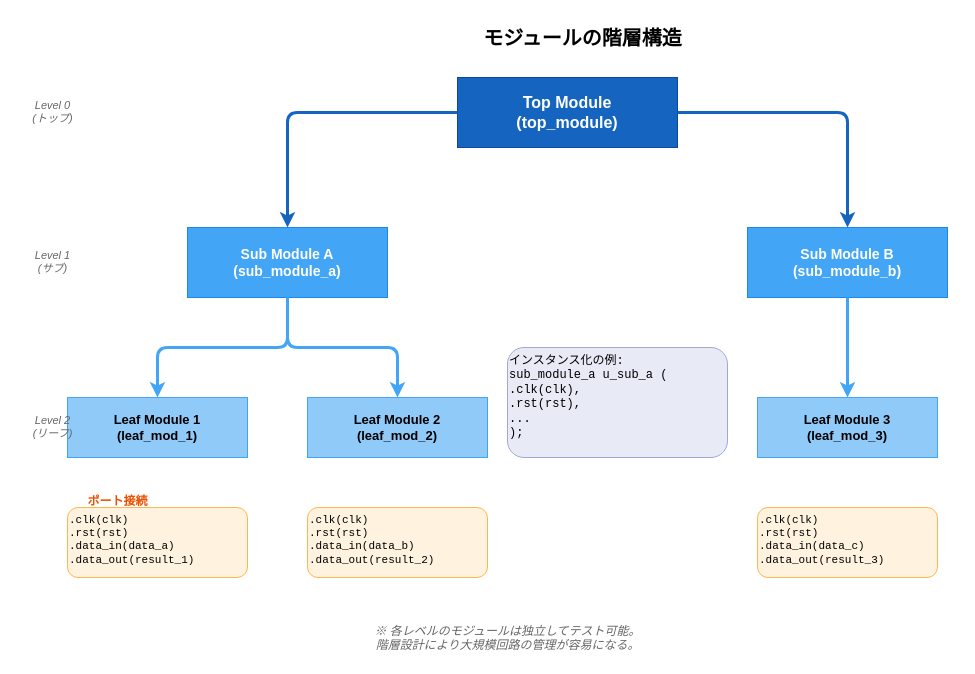
The draw.io diagram images/systemverilog-guidebook/ch06_module_hierarchy.drawio in aquaxis/webdoc, before the edit. Source tidied: cells renumbered, new cells numbered last; positions are measured from the earlier drawing's top-left corner, leaving out a move shared by most shapes. Both pictures are drawn from the tidied source at 100%, with x=0, y=0 at pixel (17, 17).
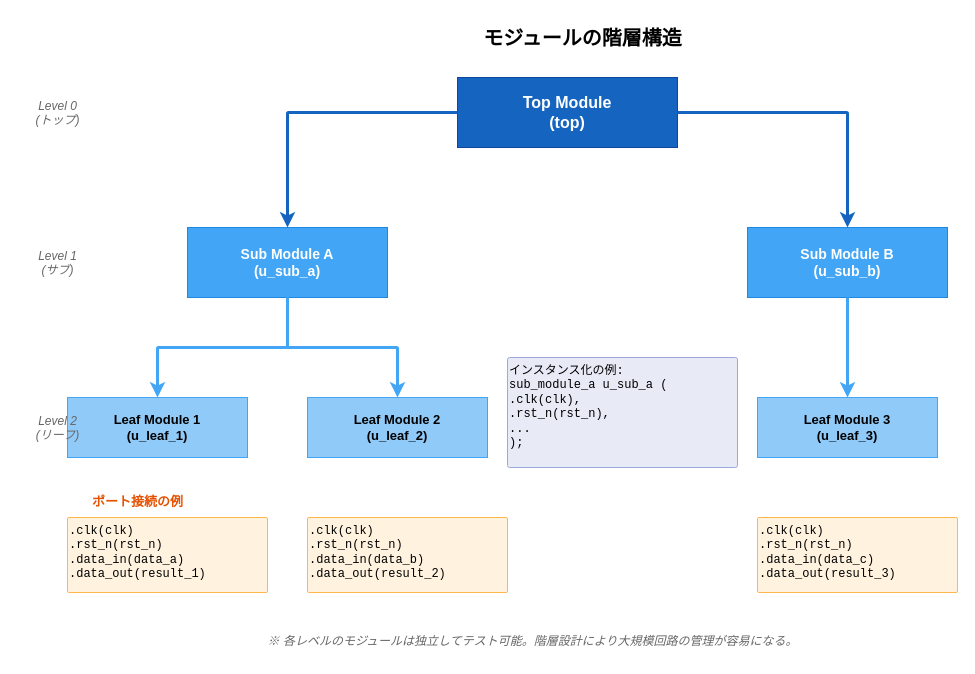
After the change.

What changed in the source:
```diff
@@
-    <mxCell id="3" value="Top Module&#10;(top_module)" style="rounded=0;whiteSpace=wrap;html=1;fillColor=#1565C0;strokeColor=#0D47A1;fontSize=16;fontStyle=1;fontColor=#FFFFFF;" parent="1" vertex="1">
+    <mxCell id="3" value="Top Module&#10;(top)" style="rounded=0;whiteSpace=wrap;html=1;fillColor=#1565C0;strokeColor=#0D47A1;fontSize=16;fontStyle=1;fontColor=#FFFFFF;" parent="1" vertex="1">
       <mxGeometry x="440" y="60" width="220" height="70" as="geometry" />
     </mxCell>
-    <mxCell id="4" value="Sub Module A&#10;(sub_module_a)" style="rounded=0;whiteSpace=wrap;html=1;fillColor=#42A5F5;strokeColor=#1E88E5;fontSize=14;fontStyle=1;fontColor=#FFFFFF;" parent="1" vertex="1">
+    <mxCell id="4" value="Sub Module A&#10;(u_sub_a)" style="rounded=0;whiteSpace=wrap;html=1;fillColor=#42A5F5;strokeColor=#1E88E5;fontSize=14;fontStyle=1;fontColor=#FFFFFF;" parent="1" vertex="1">
       <mxGeometry x="170" y="210" width="200" height="70" as="geometry" />
     </mxCell>
-    <mxCell id="5" value="Sub Module B&#10;(sub_module_b)" style="rounded=0;whiteSpace=wrap;html=1;fillColor=#42A5F5;strokeColor=#1E88E5;fontSize=14;fontStyle=1;fontColor=#FFFFFF;" parent="1" vertex="1">
+    <mxCell id="5" value="Sub Module B&#10;(u_sub_b)" style="rounded=0;whiteSpace=wrap;html=1;fillColor=#42A5F5;strokeColor=#1E88E5;fontSize=14;fontStyle=1;fontColor=#FFFFFF;" parent="1" vertex="1">
       <mxGeometry x="730" y="210" width="200" height="70" as="geometry" />
     </mxCell>
-    <mxCell id="6" value="Leaf Module 1&#10;(leaf_mod_1)" style="rounded=0;whiteSpace=wrap;html=1;fillColor=#90CAF9;strokeColor=#42A5F5;fontSize=13;fontStyle=1;" parent="1" vertex="1">
+    <mxCell id="6" value="Leaf Module 1&#10;(u_leaf_1)" style="rounded=0;whiteSpace=wrap;html=1;fillColor=#90CAF9;strokeColor=#42A5F5;fontSize=13;fontStyle=1;" parent="1" vertex="1">
       <mxGeometry x="50" y="380" width="180" height="60" as="geometry" />
     </mxCell>
-    <mxCell id="7" value="Leaf Module 2&#10;(leaf_mod_2)" style="rounded=0;whiteSpace=wrap;html=1;fillColor=#90CAF9;strokeColor=#42A5F5;fontSize=13;fontStyle=1;" parent="1" vertex="1">
+    <mxCell id="7" value="Leaf Module 2&#10;(u_leaf_2)" style="rounded=0;whiteSpace=wrap;html=1;fillColor=#90CAF9;strokeColor=#42A5F5;fontSize=13;fontStyle=1;" parent="1" vertex="1">
       <mxGeometry x="290" y="380" width="180" height="60" as="geometry" />
     </mxCell>
-    <mxCell id="8" value="Leaf Module 3&#10;(leaf_mod_3)" style="rounded=0;whiteSpace=wrap;html=1;fillColor=#90CAF9;strokeColor=#42A5F5;fontSize=13;fontStyle=1;" parent="1" vertex="1">
+    <mxCell id="8" value="Leaf Module 3&#10;(u_leaf_3)" style="rounded=0;whiteSpace=wrap;html=1;fillColor=#90CAF9;strokeColor=#42A5F5;fontSize=13;fontStyle=1;" parent="1" vertex="1">
       <mxGeometry x="740" y="380" width="180" height="60" as="geometry" />
     </mxCell>
-    <mxCell id="9" style="edgeStyle=orthogonalEdgeStyle;rounded=1;strokeWidth=3;strokeColor=#1565C0;" parent="1" edge="1" source="3" target="4">
+    <mxCell id="9" style="edgeStyle=orthogonalEdgeStyle;rounded=1;arcSize=2;strokeWidth=3;strokeColor=#1565C0;" parent="1" edge="1" source="3" target="4">
       <mxGeometry relative="1" as="geometry" />
     </mxCell>
-    <mxCell id="10" style="edgeStyle=orthogonalEdgeStyle;rounded=1;strokeWidth=3;strokeColor=#1565C0;" parent="1" edge="1" source="3" target="5">
+    <mxCell id="10" style="edgeStyle=orthogonalEdgeStyle;rounded=1;arcSize=2;strokeWidth=3;strokeColor=#1565C0;" parent="1" edge="1" source="3" target="5">
       <mxGeometry relative="1" as="geometry" />
     </mxCell>
-    <mxCell id="11" style="edgeStyle=orthogonalEdgeStyle;rounded=1;strokeWidth=3;strokeColor=#42A5F5;" parent="1" edge="1" source="4" target="6">
+    <mxCell id="11" style="edgeStyle=orthogonalEdgeStyle;rounded=1;arcSize=2;strokeWidth=3;strokeColor=#42A5F5;" parent="1" edge="1" source="4" target="6">
       <mxGeometry relative="1" as="geometry" />
     </mxCell>
-    <mxCell id="12" style="edgeStyle=orthogonalEdgeStyle;rounded=1;strokeWidth=3;strokeColor=#42A5F5;" parent="1" edge="1" source="4" target="7">
+    <mxCell id="12" style="edgeStyle=orthogonalEdgeStyle;rounded=1;arcSize=2;strokeWidth=3;strokeColor=#42A5F5;" parent="1" edge="1" source="4" target="7">
       <mxGeometry relative="1" as="geometry" />
     </mxCell>
-    <mxCell id="13" style="edgeStyle=orthogonalEdgeStyle;rounded=1;strokeWidth=3;strokeColor=#42A5F5;" parent="1" edge="1" source="5" target="8">
+    <mxCell id="13" style="edgeStyle=orthogonalEdgeStyle;rounded=1;arcSize=2;strokeWidth=3;strokeColor=#42A5F5;" parent="1" edge="1" source="5" target="8">
       <mxGeometry relative="1" as="geometry" />
     </mxCell>
-    <mxCell id="14" value="ポート接続" style="text;html=1;fontSize=12;fontStyle=1;fontColor=#E65100;align=center;" parent="1" vertex="1">
-      <mxGeometry x="50" y="470" width="100" height="20" as="geometry" />
+    <mxCell id="14" value="ポート接続の例" style="text;html=1;fontSize=13;fontStyle=1;fontColor=#E65100;align=center;" parent="1" vertex="1">
+      <mxGeometry x="50" y="470" width="140" height="25" as="geometry" />
     </mxCell>
-    <mxCell id="15" value=".clk(clk)&#10;.rst(rst)&#10;.data_in(data_a)&#10;.data_out(result_1)" style="text;html=1;fontSize=11;align=left;fillColor=#FFF3E0;strokeColor=#FFB74D;rounded=1;fontFamily=Courier New;" parent="1" vertex="1">
-      <mxGeometry x="50" y="490" width="180" height="70" as="geometry" />
+    <mxCell id="15" value=".clk(clk)&#10;.rst_n(rst_n)&#10;.data_in(data_a)&#10;.data_out(result_1)" style="text;html=1;fontSize=12;align=left;fillColor=#FFF3E0;strokeColor=#FFB74D;rounded=1;arcSize=2;fontFamily=Courier New;" parent="1" vertex="1">
+      <mxGeometry x="50" y="500" width="200" height="75" as="geometry" />
     </mxCell>
-    <mxCell id="16" value=".clk(clk)&#10;.rst(rst)&#10;.data_in(data_b)&#10;.data_out(result_2)" style="text;html=1;fontSize=11;align=left;fillColor=#FFF3E0;strokeColor=#FFB74D;rounded=1;fontFamily=Courier New;" parent="1" vertex="1">
-      <mxGeometry x="290" y="490" width="180" height="70" as="geometry" />
+    <mxCell id="16" value=".clk(clk)&#10;.rst_n(rst_n)&#10;.data_in(data_b)&#10;.data_out(result_2)" style="text;html=1;fontSize=12;align=left;fillColor=#FFF3E0;strokeColor=#FFB74D;rounded=1;arcSize=2;fontFamily=Courier New;" parent="1" vertex="1">
+      <mxGeometry x="290" y="500" width="200" height="75" as="geometry" />
     </mxCell>
-    <mxCell id="17" value=".clk(clk)&#10;.rst(rst)&#10;.data_in(data_c)&#10;.data_out(result_3)" style="text;html=1;fontSize=11;align=left;fillColor=#FFF3E0;strokeColor=#FFB74D;rounded=1;fontFamily=Courier New;" parent="1" vertex="1">
-      <mxGeometry x="740" y="490" width="180" height="70" as="geometry" />
+    <mxCell id="17" value=".clk(clk)&#10;.rst_n(rst_n)&#10;.data_in(data_c)&#10;.data_out(result_3)" style="text;html=1;fontSize=12;align=left;fillColor=#FFF3E0;strokeColor=#FFB74D;rounded=1;arcSize=2;fontFamily=Courier New;" parent="1" vertex="1">
+      <mxGeometry x="740" y="500" width="200" height="75" as="geometry" />
     </mxCell>
-    <mxCell id="18" value="Level 0&#10;(トップ)" style="text;html=1;fontSize=11;fontStyle=2;align=center;fontColor=#666;" parent="1" vertex="1">
-      <mxGeometry y="75" width="70" height="40" as="geometry" />
+    <mxCell id="18" value="Level 0&#10;(トップ)" style="text;html=1;fontSize=12;fontStyle=2;align=center;fontColor=#666;" parent="1" vertex="1">
+      <mxGeometry y="75" width="80" height="40" as="geometry" />
     </mxCell>
-    <mxCell id="19" value="Level 1&#10;(サブ)" style="text;html=1;fontSize=11;fontStyle=2;align=center;fontColor=#666;" parent="1" vertex="1">
-      <mxGeometry y="225" width="70" height="40" as="geometry" />
+    <mxCell id="19" value="Level 1&#10;(サブ)" style="text;html=1;fontSize=12;fontStyle=2;align=center;fontColor=#666;" parent="1" vertex="1">
+      <mxGeometry y="225" width="80" height="40" as="geometry" />
     </mxCell>
-    <mxCell id="20" value="Level 2&#10;(リーフ)" style="text;html=1;fontSize=11;fontStyle=2;align=center;fontColor=#666;" parent="1" vertex="1">
-      <mxGeometry y="390" width="70" height="40" as="geometry" />
+    <mxCell id="20" value="Level 2&#10;(リーフ)" style="text;html=1;fontSize=12;fontStyle=2;align=center;fontColor=#666;" parent="1" vertex="1">
+      <mxGeometry y="390" width="80" height="40" as="geometry" />
     </mxCell>
-    <mxCell id="21" value="インスタンス化の例:&#10;sub_module_a u_sub_a (&#10;  .clk(clk),&#10;  .rst(rst),&#10;  ...&#10;);" style="text;html=1;fontSize=12;align=left;fillColor=#E8EAF6;strokeColor=#9FA8DA;rounded=1;fontFamily=Courier New;" parent="1" vertex="1">
-      <mxGeometry x="490" y="330" width="220" height="110" as="geometry" />
+    <mxCell id="21" value="インスタンス化の例:&#10;sub_module_a u_sub_a (&#10;  .clk(clk),&#10;  .rst_n(rst_n),&#10;  ...&#10;);" style="text;html=1;fontSize=12;align=left;fillColor=#E8EAF6;strokeColor=#9FA8DA;rounded=1;arcSize=2;fontFamily=Courier New;" parent="1" vertex="1">
+      <mxGeometry x="490" y="340" width="230" height="110" as="geometry" />
     </mxCell>
-    <mxCell id="22" value="※ 各レベルのモジュールは独立してテスト可能。&#10;   階層設計により大規模回路の管理が容易になる。" style="text;html=1;fontSize=12;align=center;fontColor=#666;fontStyle=2;" parent="1" vertex="1">
-      <mxGeometry x="240" y="600" width="500" height="40" as="geometry" />
+    <mxCell id="22" value="※ 各レベルのモジュールは独立してテスト可能。階層設計により大規模回路の管理が容易になる。" style="text;html=1;fontSize=12;align=center;fontColor=#666;fontStyle=2;" parent="1" vertex="1">
+      <mxGeometry x="240" y="610" width="550" height="30" as="geometry" />
     </mxCell>
```
